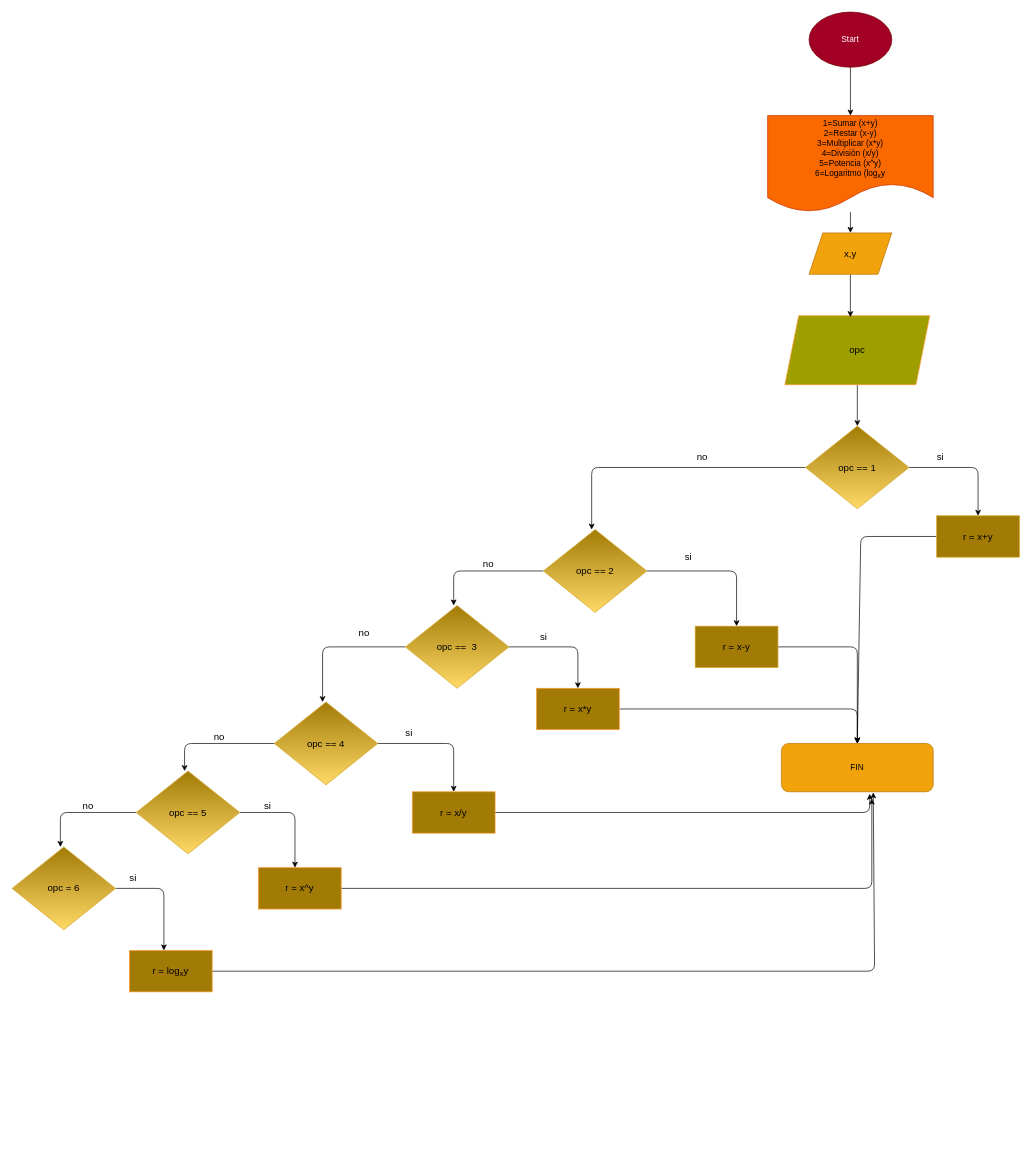
Earlier version of the draw.io diagram diagrama.drawio (AlfonzoDebian/Mini_Calculadora_Guanentina). Source tidied: cells renumbered, new cells numbered last; positions are measured from the earlier drawing's top-left corner, leaving out a move shared by most shapes. Both pictures are drawn from the tidied source at 69%, with x=0, y=0 at pixel (12, 12).
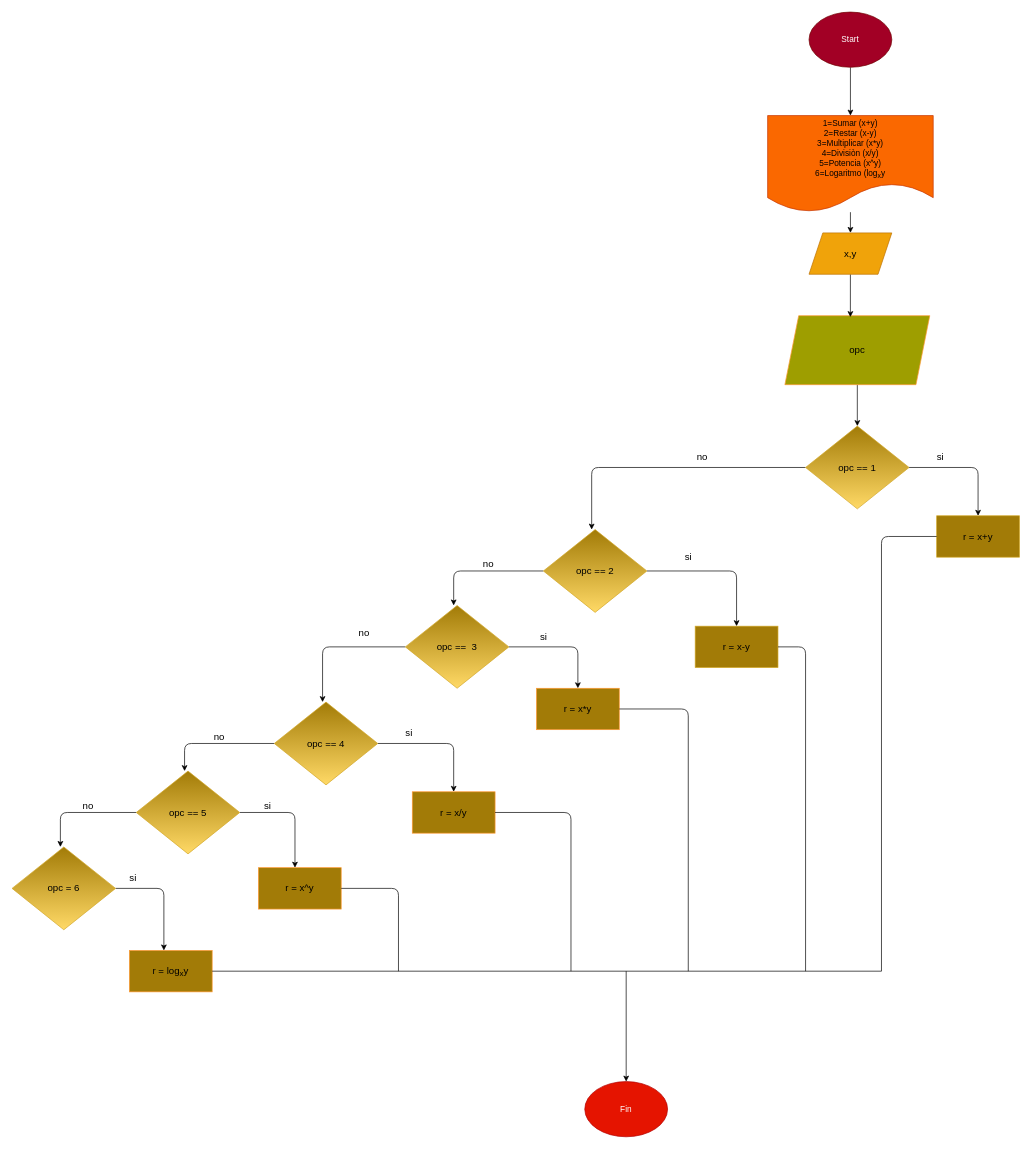
Above is the later version.

Unchanged cells that the change refers to:
```xml
<mxCell id="12" value="r = x+y" style="rounded=0;whiteSpace=wrap;html=1;strokeColor=#d2a728;fontSize=14;fillColor=#a27b07;" parent="1" vertex="1">
  <mxGeometry x="1340" y="730" width="120" height="60" as="geometry" />
</mxCell>
<mxCell id="20" value="r = x-y" style="rounded=0;whiteSpace=wrap;html=1;strokeColor=#d2a728;fontSize=14;fillColor=#a27b07;" parent="1" vertex="1">
  <mxGeometry x="990" y="890" width="120" height="60" as="geometry" />
</mxCell>
<mxCell id="27" value="r = x*y" style="rounded=0;whiteSpace=wrap;html=1;strokeColor=#FF9933;fontSize=14;fillColor=#a27b07;" parent="1" vertex="1">
  <mxGeometry x="760" y="980" width="120" height="60" as="geometry" />
</mxCell>
<mxCell id="36" value="r = x/y" style="rounded=0;whiteSpace=wrap;html=1;strokeColor=#FF9933;fontSize=14;fillColor=#a27b07;" parent="1" vertex="1">
  <mxGeometry x="580" y="1130" width="120" height="60" as="geometry" />
</mxCell>
<mxCell id="43" value="r = x^y" style="rounded=0;whiteSpace=wrap;html=1;strokeColor=#FF9933;fontSize=14;fillColor=#a27b07;" parent="1" vertex="1">
  <mxGeometry x="357" y="1240" width="120" height="60" as="geometry" />
</mxCell>
<mxCell id="46" value="r = log&lt;sub&gt;x&lt;/sub&gt;y" style="rounded=0;whiteSpace=wrap;html=1;strokeColor=#FF9933;fontSize=14;fillColor=#a27b07;" parent="1" vertex="1">
  <mxGeometry x="170" y="1360" width="120" height="60" as="geometry" />
</mxCell>
```

The edit, as a diff of the source:
```diff
@@
-    <mxCell id="11" style="edgeStyle=none;html=1;entryX=0.5;entryY=0;entryDx=0;entryDy=0;fontSize=14;startArrow=none;startFill=0;" parent="1" edge="1" source="12" target="13">
-      <mxGeometry relative="1" as="geometry">
-        <Array as="points">
-          <mxPoint x="1230" y="760" />
-        </Array>
-      </mxGeometry>
-    </mxCell>
@@
-    <mxCell id="13" value="FIN" style="rounded=1;whiteSpace=wrap;html=1;fillColor=#f0a30a;fontColor=#000000;strokeColor=#BD7000;" parent="1" vertex="1">
-      <mxGeometry x="1115" y="1060" width="220" height="70" as="geometry" />
-    </mxCell>
@@
-    <mxCell id="19" style="edgeStyle=none;html=1;entryX=0.5;entryY=0;entryDx=0;entryDy=0;fontSize=14;startArrow=none;startFill=0;" parent="1" edge="1" source="20" target="13">
-      <mxGeometry relative="1" as="geometry">
-        <Array as="points">
-          <mxPoint x="1225" y="920" />
-        </Array>
-      </mxGeometry>
-    </mxCell>
@@
-    <mxCell id="26" style="edgeStyle=none;html=1;fontSize=14;startArrow=none;startFill=0;" parent="1" edge="1" source="27">
-      <mxGeometry relative="1" as="geometry">
-        <mxPoint x="1225" y="1060" as="targetPoint" />
-        <Array as="points">
-          <mxPoint x="1225" y="1010" />
-        </Array>
-      </mxGeometry>
-    </mxCell>
@@
-    <mxCell id="35" style="edgeStyle=none;html=1;entryX=0.582;entryY=1.043;entryDx=0;entryDy=0;entryPerimeter=0;fontSize=14;startArrow=none;startFill=0;" parent="1" edge="1" source="36" target="13">
-      <mxGeometry relative="1" as="geometry">
-        <Array as="points">
-          <mxPoint x="1243" y="1160" />
-        </Array>
-      </mxGeometry>
-    </mxCell>
@@
-    <mxCell id="42" style="edgeStyle=none;html=1;fontSize=14;startArrow=none;startFill=0;" parent="1" edge="1" source="43">
-      <mxGeometry relative="1" as="geometry">
-        <mxPoint x="1246" y="1140" as="targetPoint" />
-        <Array as="points">
-          <mxPoint x="1246" y="1270" />
-        </Array>
-      </mxGeometry>
-    </mxCell>
@@
-    <mxCell id="45" style="edgeStyle=none;html=1;fontSize=14;startArrow=none;startFill=0;entryX=0.605;entryY=1.014;entryDx=0;entryDy=0;entryPerimeter=0;" parent="1" edge="1" source="46" target="13">
-      <mxGeometry relative="1" as="geometry">
-        <Array as="points">
-          <mxPoint x="1250" y="1390" />
-        </Array>
-      </mxGeometry>
-    </mxCell>
@@
+    <mxCell id="51" style="endArrow=none;html=1;exitX=1;exitY=0.5;exitDx=0;exitDy=0;" parent="1" edge="1" source="46">
+      <mxGeometry relative="1" as="geometry">
+        <mxPoint x="1260" y="1390" as="targetPoint" />
+      </mxGeometry>
+    </mxCell>
+    <mxCell id="52" style="endArrow=none;html=1;" parent="1" edge="1">
+      <mxGeometry relative="1" as="geometry">
+        <mxPoint x="1260" y="1390" as="sourcePoint" />
+        <mxPoint x="1340" y="760" as="targetPoint" />
+        <Array as="points">
+          <mxPoint x="1260" y="760" />
+        </Array>
+      </mxGeometry>
+    </mxCell>
+    <mxCell id="53" value="Fin" style="ellipse;whiteSpace=wrap;html=1;fillColor=#e51400;strokeColor=#B20000;fontColor=#ffffff;" parent="1" vertex="1">
+      <mxGeometry x="830" y="1550" width="120" height="80" as="geometry" />
+    </mxCell>
+    <mxCell id="54" style="endArrow=none;html=1;" parent="1" edge="1" source="43">
+      <mxGeometry relative="1" as="geometry">
+        <mxPoint x="560" y="1390" as="targetPoint" />
+        <Array as="points">
+          <mxPoint x="560" y="1270" />
+        </Array>
+      </mxGeometry>
+    </mxCell>
+    <mxCell id="55" style="endArrow=none;html=1;entryX=1;entryY=0.5;entryDx=0;entryDy=0;" parent="1" edge="1" target="36">
+      <mxGeometry relative="1" as="geometry">
+        <mxPoint x="810" y="1390" as="sourcePoint" />
+        <Array as="points">
+          <mxPoint x="810" y="1160" />
+        </Array>
+      </mxGeometry>
+    </mxCell>
+    <mxCell id="56" style="endArrow=none;html=1;entryX=1;entryY=0.5;entryDx=0;entryDy=0;" parent="1" edge="1" target="27">
+      <mxGeometry relative="1" as="geometry">
+        <mxPoint x="980" y="1390" as="sourcePoint" />
+        <Array as="points">
+          <mxPoint x="980" y="1010" />
+        </Array>
+      </mxGeometry>
+    </mxCell>
+    <mxCell id="57" style="endArrow=none;html=1;entryX=1;entryY=0.5;entryDx=0;entryDy=0;" parent="1" edge="1" target="20">
+      <mxGeometry relative="1" as="geometry">
+        <mxPoint x="1150" y="1390" as="sourcePoint" />
+        <Array as="points">
+          <mxPoint x="1150" y="920" />
+        </Array>
+      </mxGeometry>
+    </mxCell>
+    <mxCell id="58" style="endArrow=classic;html=1;entryX=0.5;entryY=0;entryDx=0;entryDy=0;" parent="1" edge="1" target="53">
+      <mxGeometry relative="1" as="geometry">
+        <mxPoint x="890" y="1390" as="sourcePoint" />
+      </mxGeometry>
+    </mxCell>
```
